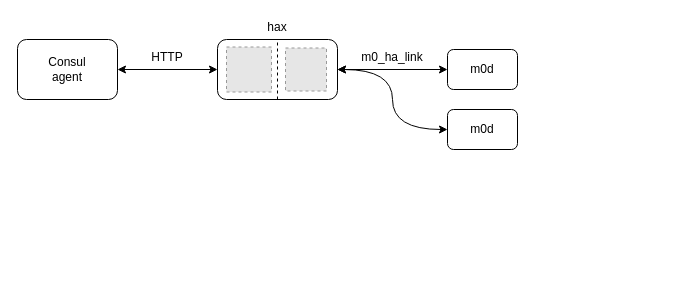
Above: rfc/5/hax.drawio in Seagate/cortx-hare (draw.io), before the change. Source tidied: cells renumbered, new cells numbered last; positions are measured from the earlier drawing's top-left corner, leaving out a move shared by most shapes. Both pictures are drawn from the tidied source at 100%, with x=0, y=0 at pixel (17, 17). Pictures stored in the file or linked from it are replaced by grey dashed boxes.
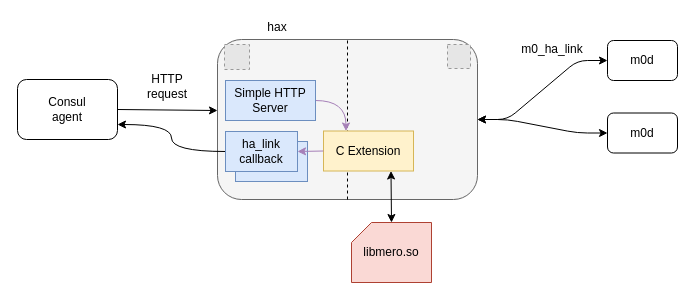
After the change.

The edit, as a diff of the source:
```diff
@@
-    <mxCell id="2" style="rounded=1;whiteSpace=wrap;html=1;" parent="1" vertex="1">
-      <mxGeometry x="200" y="22" width="120" height="60" as="geometry" />
+    <mxCell id="2" style="rounded=1;whiteSpace=wrap;html=1;fillColor=#f5f5f5;strokeColor=#666666;fontColor=#333333;" parent="1" vertex="1">
+      <mxGeometry x="200" y="22" width="260" height="160" as="geometry" />
     </mxCell>
     <mxCell id="3" value="Consul&lt;br&gt;agent" style="rounded=1;whiteSpace=wrap;html=1;" parent="1" vertex="1">
-      <mxGeometry y="22" width="100" height="60" as="geometry" />
+      <mxGeometry y="62" width="100" height="60" as="geometry" />
     </mxCell>
     <mxCell id="4" value="m0d" style="rounded=1;whiteSpace=wrap;html=1;" parent="1" vertex="1">
-      <mxGeometry x="430" y="32" width="70" height="40" as="geometry" />
+      <mxGeometry x="590" y="23" width="70" height="40" as="geometry" />
     </mxCell>
@@
-    <mxCell id="6" style="endArrow=classic;startArrow=classic;html=1;entryX=0;entryY=0.5;entryDx=0;entryDy=0;exitX=1;exitY=0.5;exitDx=0;exitDy=0;" parent="1" edge="1" source="2" target="4">
+    <mxCell id="6" style="endArrow=classic;startArrow=classic;html=1;entryX=0;entryY=0.5;entryDx=0;entryDy=0;exitX=1;exitY=0.5;exitDx=0;exitDy=0;edgeStyle=entityRelationEdgeStyle;" parent="1" edge="1" source="2" target="4">
       <mxGeometry relative="1" as="geometry" />
     </mxCell>
-    <mxCell id="7" style="endArrow=classic;startArrow=classic;html=1;entryX=0;entryY=0.5;entryDx=0;entryDy=0;exitX=1;exitY=0.5;exitDx=0;exitDy=0;curved=1;edgeStyle=orthogonalEdgeStyle;" parent="1" edge="1" source="2" target="10">
+    <mxCell id="7" style="endArrow=classic;startArrow=classic;html=1;entryX=0;entryY=0.5;entryDx=0;entryDy=0;exitX=1;exitY=0.5;exitDx=0;exitDy=0;edgeStyle=entityRelationEdgeStyle;" parent="1" edge="1" source="2" target="10">
       <mxGeometry relative="1" as="geometry" />
     </mxCell>
-    <mxCell id="8" style="endArrow=classic;html=1;entryX=1;entryY=0.5;entryDx=0;entryDy=0;exitX=0;exitY=0.5;exitDx=0;exitDy=0;startArrow=classic;startFill=1;" parent="1" edge="1" source="2" target="3">
-      <mxGeometry relative="1" as="geometry" />
-    </mxCell>
@@
     <mxCell id="10" value="m0d" style="rounded=1;whiteSpace=wrap;html=1;" parent="1" vertex="1">
-      <mxGeometry x="430" y="92" width="70" height="40" as="geometry" />
+      <mxGeometry x="590" y="95.5" width="70" height="40" as="geometry" />
     </mxCell>
     <mxCell id="11" style="fillColor=#E6E6E6;strokeColor=#999999;dashed=1;verticalLabelPosition=bottom;labelBackgroundColor=#ffffff;verticalAlign=top;" parent="1" vertex="1">
-      <mxGeometry x="209" y="29.5" width="45" height="45" as="geometry" />
+      <mxGeometry x="207" y="27" width="25" height="25" as="geometry" />
     </mxCell>
     <mxCell id="12" style="fillColor=#E6E6E6;strokeColor=#999999;dashed=1;verticalLabelPosition=bottom;labelBackgroundColor=#ffffff;verticalAlign=top;" parent="1" vertex="1">
-      <mxGeometry x="268" y="30.5" width="41" height="43" as="geometry" />
+      <mxGeometry x="430" y="27" width="23" height="24" as="geometry" />
     </mxCell>
     <mxCell id="13" value="m0_ha_link" style="text;html=1;strokeColor=none;fillColor=none;align=center;verticalAlign=middle;whiteSpace=wrap;rounded=0;" parent="1" vertex="1">
-      <mxGeometry x="340" y="29.5" width="70" height="20" as="geometry" />
+      <mxGeometry x="500" y="22" width="70" height="20" as="geometry" />
     </mxCell>
-    <mxCell id="14" value="HTTP" style="text;html=1;strokeColor=none;fillColor=none;align=center;verticalAlign=middle;whiteSpace=wrap;rounded=0;" parent="1" vertex="1">
-      <mxGeometry x="130" y="29.5" width="40" height="20" as="geometry" />
+    <mxCell id="14" value="HTTP request" style="text;html=1;strokeColor=none;fillColor=none;align=center;verticalAlign=middle;whiteSpace=wrap;rounded=0;" parent="1" vertex="1">
+      <mxGeometry x="130" y="59" width="40" height="20" as="geometry" />
     </mxCell>
+    <mxCell id="15" style="endArrow=classic;html=1;exitX=1;exitY=0.5;exitDx=0;exitDy=0;" parent="1" edge="1" source="3">
+      <mxGeometry relative="1" as="geometry">
+        <mxPoint x="200" y="93" as="targetPoint" />
+      </mxGeometry>
+    </mxCell>
+    <mxCell id="16" style="edgeStyle=orthogonalEdgeStyle;rounded=0;jettySize=auto;html=1;exitX=1;exitY=0.5;exitDx=0;exitDy=0;entryX=0.25;entryY=0;entryDx=0;entryDy=0;curved=1;strokeColor=#A680B8;" parent="1" edge="1" source="17" target="18">
+      <mxGeometry relative="1" as="geometry" />
+    </mxCell>
+    <mxCell id="17" value="Simple HTTP Server" style="rounded=0;whiteSpace=wrap;html=1;fillColor=#dae8fc;strokeColor=#6c8ebf;" parent="1" vertex="1">
+      <mxGeometry x="208" y="63" width="90" height="40" as="geometry" />
+    </mxCell>
+    <mxCell id="18" value="C Extension" style="rounded=0;whiteSpace=wrap;html=1;fillColor=#fff2cc;strokeColor=#d6b656;" parent="1" vertex="1">
+      <mxGeometry x="306" y="113.5" width="90" height="40" as="geometry" />
+    </mxCell>
+    <mxCell id="19" value="libmero.so" style="shape=card;whiteSpace=wrap;html=1;size=20;fillColor=#fad9d5;strokeColor=#ae4132;" parent="1" vertex="1">
+      <mxGeometry x="334" y="205" width="80" height="60" as="geometry" />
+    </mxCell>
+    <mxCell id="20" style="endArrow=classic;startArrow=classic;html=1;entryX=0.75;entryY=1;entryDx=0;entryDy=0;exitX=0.5;exitY=0;exitDx=0;exitDy=0;exitPerimeter=0;" parent="1" edge="1" source="19" target="18">
+      <mxGeometry relative="1" as="geometry" />
+    </mxCell>
+    <mxCell id="21" style="rounded=0;whiteSpace=wrap;html=1;fillColor=#dae8fc;strokeColor=#6c8ebf;" parent="1" vertex="1">
+      <mxGeometry x="218" y="124" width="72" height="40" as="geometry" />
+    </mxCell>
+    <mxCell id="22" style="edgeStyle=orthogonalEdgeStyle;curved=1;rounded=0;jettySize=auto;html=1;exitX=0;exitY=0.5;exitDx=0;exitDy=0;entryX=1;entryY=0.75;entryDx=0;entryDy=0;strokeColor=#000000;" parent="1" edge="1" source="23" target="3">
+      <mxGeometry relative="1" as="geometry" />
+    </mxCell>
+    <mxCell id="23" value="ha_link callback" style="rounded=0;whiteSpace=wrap;html=1;fillColor=#dae8fc;strokeColor=#6c8ebf;" parent="1" vertex="1">
+      <mxGeometry x="208" y="114" width="72" height="40" as="geometry" />
+    </mxCell>
+    <mxCell id="24" style="rounded=0;jettySize=auto;html=1;exitX=0;exitY=0.5;exitDx=0;exitDy=0;entryX=1;entryY=0.5;entryDx=0;entryDy=0;strokeColor=#A680B8;" parent="1" edge="1" source="18" target="23">
+      <mxGeometry relative="1" as="geometry" />
+    </mxCell>
```
